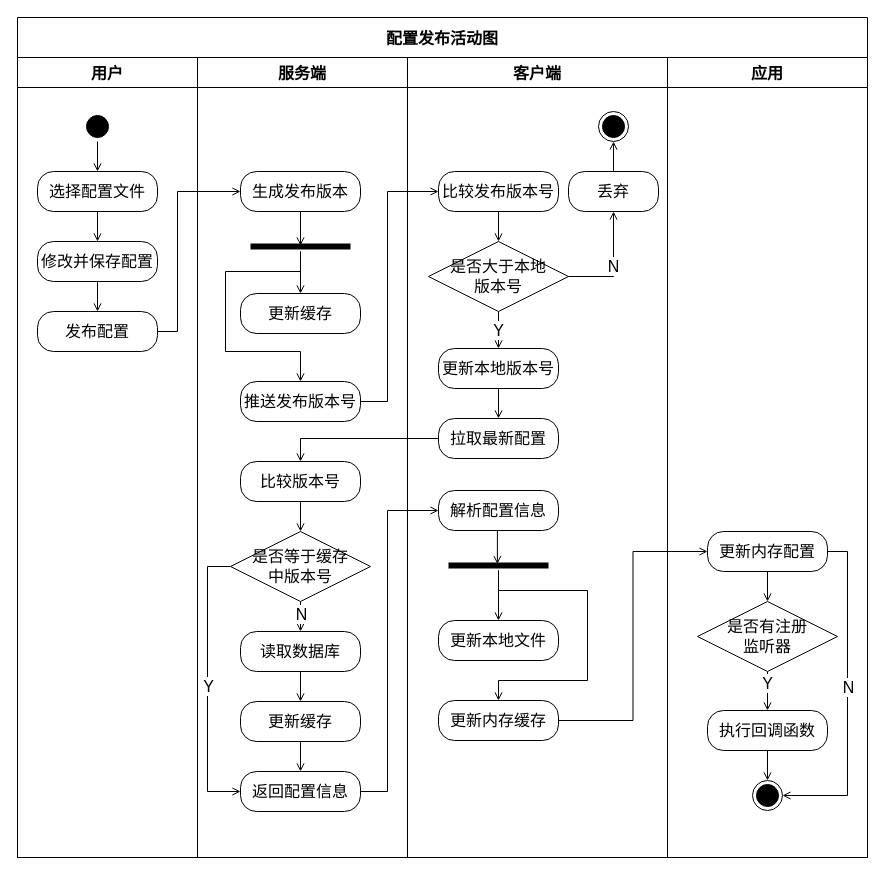
The draw.io diagram page "活动图" (7 of 9) of structure.drawio in WWj5921/ConfigCenter, before the edit. Source tidied: cells renumbered, new cells numbered last; positions are measured from the earlier drawing's top-left corner, leaving out a move shared by most shapes. Both pictures are drawn from the tidied source at 100%, with x=0, y=0 at pixel (17, 17).
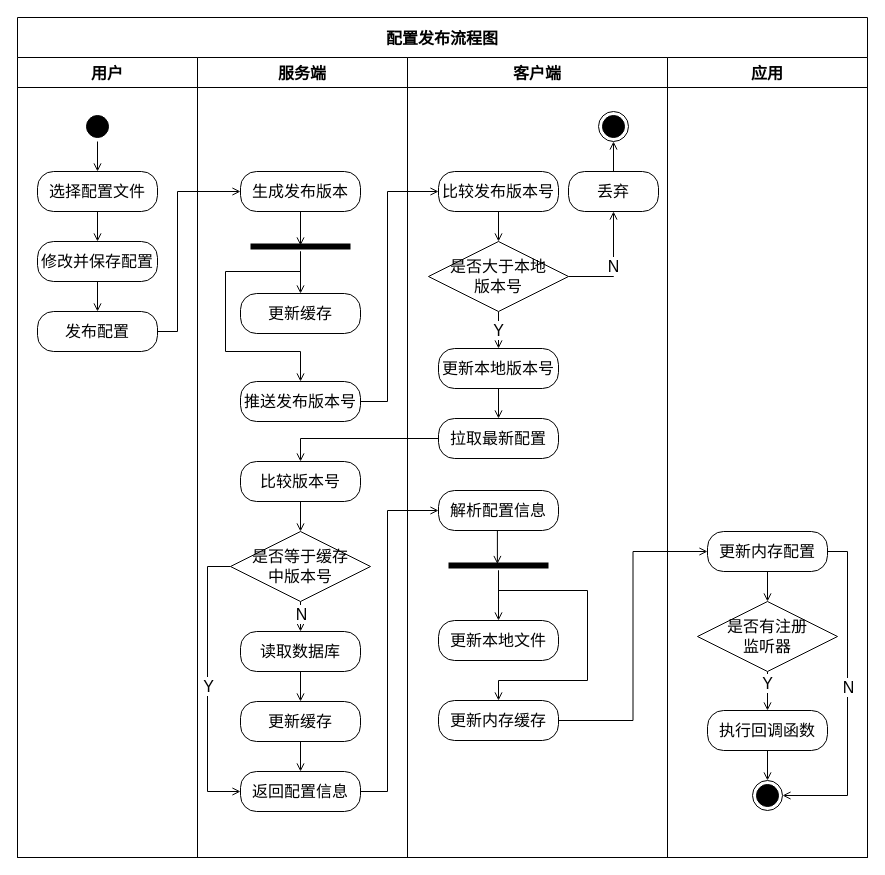
The same diagram, later.

Diff of the diagram source:
```diff
@@
-    <mxCell id="2" value="配置发布活动图" style="swimlane;startSize=40;fontFamily=华文宋体;fontSize=16;strokeColor=#000000;strokeWidth=1;" parent="1" vertex="1">
+    <mxCell id="2" value="配置发布流程图" style="swimlane;startSize=40;fontFamily=华文宋体;fontSize=16;strokeColor=#000000;strokeWidth=1;" parent="1" vertex="1">
       <mxGeometry width="850" height="840" as="geometry" />
     </mxCell>
```
